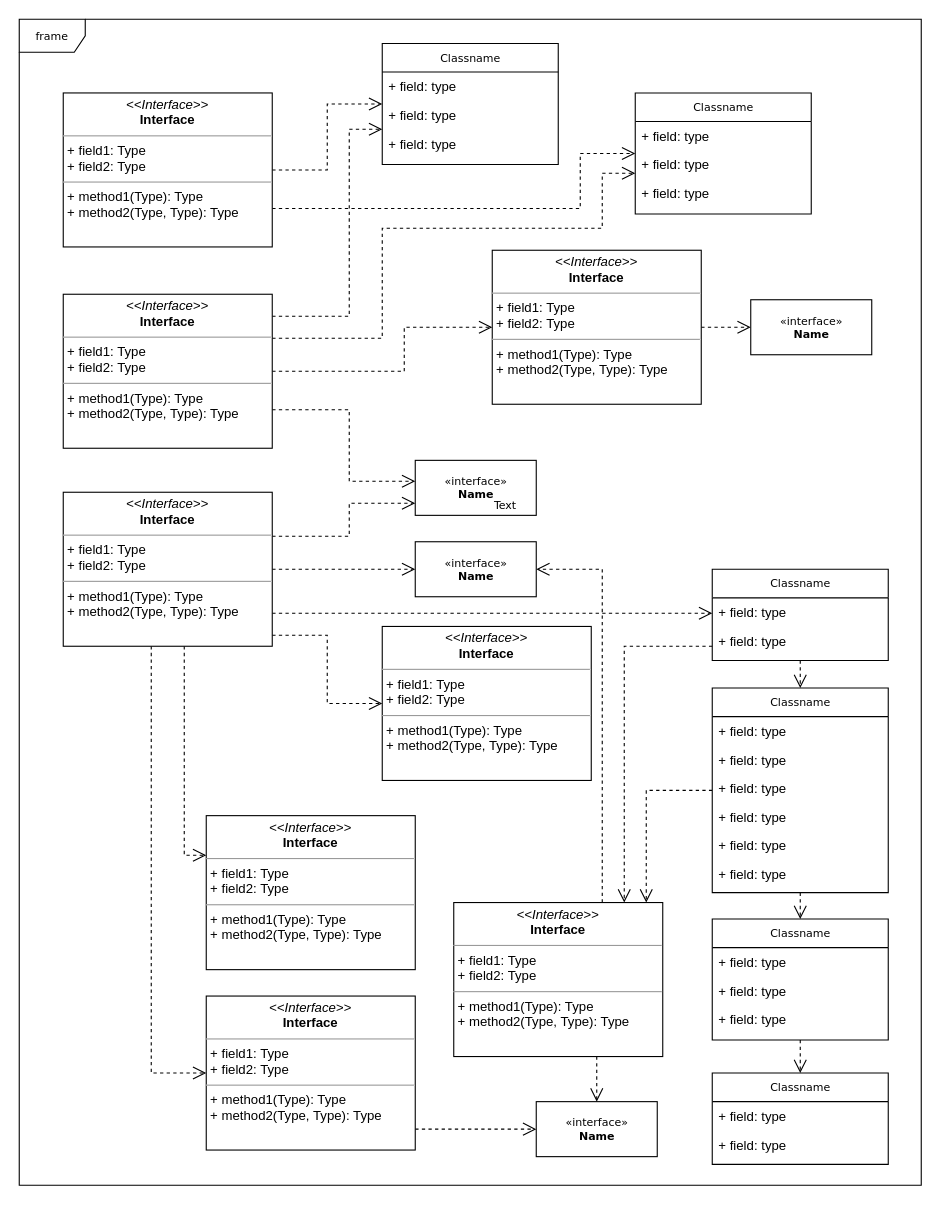
Earlier version of the draw.io diagram Class Diagram.drawio (zhoujing204/alien_invasion). Source tidied: cells renumbered, new cells numbered last; positions are measured from the earlier drawing's top-left corner, leaving out a move shared by most shapes. Both pictures are drawn from the tidied source at 110%, with x=0, y=0 at pixel (19, 19).
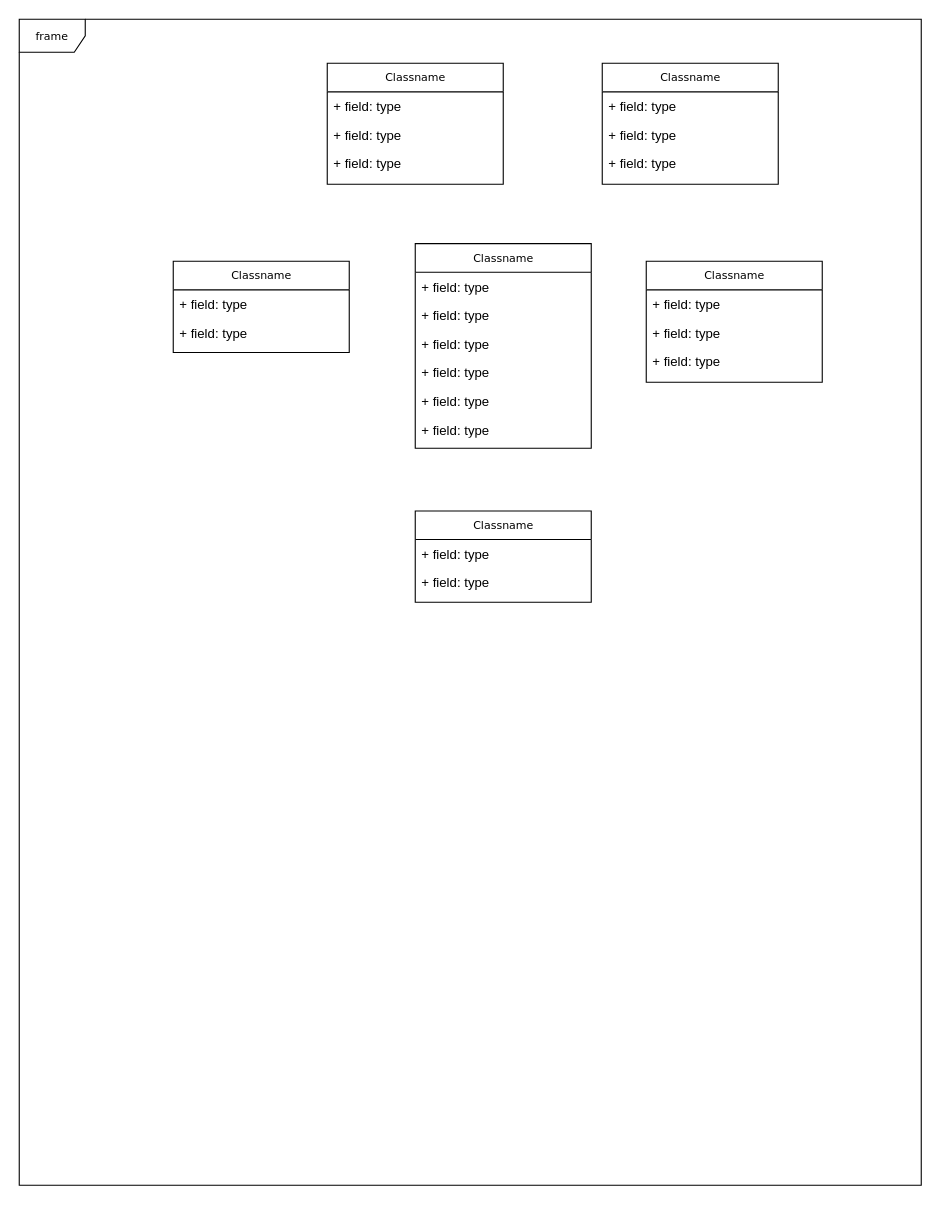
The same diagram, later.

The edit, as a diff of the source:
```diff
@@
-    <mxCell id="3" style="edgeStyle=orthogonalEdgeStyle;rounded=0;html=1;dashed=1;labelBackgroundColor=none;startFill=0;endArrow=open;endFill=0;endSize=10;fontFamily=Verdana;fontSize=10;" parent="1" edge="1" source="5" target="35">
-      <mxGeometry relative="1" as="geometry">
-        <Array as="points">
-          <mxPoint x="570" y="701" />
-        </Array>
-      </mxGeometry>
-    </mxCell>
-    <mxCell id="4" style="edgeStyle=orthogonalEdgeStyle;rounded=0;html=1;dashed=1;labelBackgroundColor=none;startFill=0;endArrow=open;endFill=0;endSize=10;fontFamily=Verdana;fontSize=10;" parent="1" edge="1" source="5" target="24">
-      <mxGeometry relative="1" as="geometry" />
-    </mxCell>
     <mxCell id="5" value="Classname" style="swimlane;html=1;fontStyle=0;horizontal=1;startSize=26;fillColor=none;swimlaneFillColor=#ffffff;rounded=0;shadow=0;comic=0;labelBackgroundColor=none;strokeWidth=1;fontFamily=Verdana;fontSize=10;align=center;" parent="1" vertex="1">
-      <mxGeometry x="630" y="608" width="160" height="186" as="geometry" />
+      <mxGeometry x="360" y="204" width="160" height="186" as="geometry" />
     </mxCell>
@@
     <mxCell id="12" value="Classname" style="swimlane;html=1;fontStyle=0;horizontal=1;startSize=26;fillColor=none;swimlaneFillColor=#ffffff;rounded=0;shadow=0;comic=0;labelBackgroundColor=none;strokeWidth=1;fontFamily=Verdana;fontSize=10;align=center;" parent="1" vertex="1">
-      <mxGeometry x="330" y="22" width="160" height="110" as="geometry" />
+      <mxGeometry x="280" y="40" width="160" height="110" as="geometry" />
     </mxCell>
@@
     <mxCell id="16" value="Classname" style="swimlane;html=1;fontStyle=0;horizontal=1;startSize=26;fillColor=none;swimlaneFillColor=#ffffff;rounded=0;shadow=0;comic=0;labelBackgroundColor=none;strokeWidth=1;fontFamily=Verdana;fontSize=10;align=center;" parent="1" vertex="1">
-      <mxGeometry x="560" y="67" width="160" height="110" as="geometry" />
+      <mxGeometry x="530" y="40" width="160" height="110" as="geometry" />
     </mxCell>
@@
     <mxCell id="20" value="Classname" style="swimlane;html=1;fontStyle=0;horizontal=1;startSize=26;fillColor=none;swimlaneFillColor=#ffffff;rounded=0;shadow=0;comic=0;labelBackgroundColor=none;strokeWidth=1;fontFamily=Verdana;fontSize=10;align=center;" parent="1" vertex="1">
-      <mxGeometry x="630" y="958" width="160" height="83" as="geometry" />
+      <mxGeometry x="360" y="447" width="160" height="83" as="geometry" />
     </mxCell>
@@
-    <mxCell id="23" style="edgeStyle=orthogonalEdgeStyle;rounded=0;html=1;dashed=1;labelBackgroundColor=none;startFill=0;endArrow=open;endFill=0;endSize=10;fontFamily=Verdana;fontSize=10;" parent="1" edge="1" source="24" target="20">
-      <mxGeometry relative="1" as="geometry" />
-    </mxCell>
     <mxCell id="24" value="Classname" style="swimlane;html=1;fontStyle=0;horizontal=1;startSize=26;fillColor=none;swimlaneFillColor=#ffffff;rounded=0;shadow=0;comic=0;labelBackgroundColor=none;strokeWidth=1;fontFamily=Verdana;fontSize=10;align=center;" parent="1" vertex="1">
-      <mxGeometry x="630" y="818" width="160" height="110" as="geometry" />
+      <mxGeometry x="570" y="220" width="160" height="110" as="geometry" />
     </mxCell>
@@
-    <mxCell id="28" style="edgeStyle=orthogonalEdgeStyle;rounded=0;html=1;dashed=1;labelBackgroundColor=none;startFill=0;endArrow=open;endFill=0;endSize=10;fontFamily=Verdana;fontSize=10;" parent="1" edge="1" source="29" target="5">
-      <mxGeometry relative="1" as="geometry" />
-    </mxCell>
     <mxCell id="29" value="Classname" style="swimlane;html=1;fontStyle=0;horizontal=1;startSize=26;fillColor=none;swimlaneFillColor=#ffffff;rounded=0;shadow=0;comic=0;labelBackgroundColor=none;strokeWidth=1;fontFamily=Verdana;fontSize=10;align=center;" parent="1" vertex="1">
-      <mxGeometry x="630" y="500" width="160" height="83" as="geometry" />
+      <mxGeometry x="140" y="220" width="160" height="83" as="geometry" />
     </mxCell>
@@
-    <mxCell id="32" value="&amp;laquo;interface&amp;raquo;&lt;br&gt;&lt;b&gt;Name&lt;/b&gt;" style="html=1;rounded=0;shadow=0;comic=0;labelBackgroundColor=none;strokeWidth=1;fontFamily=Verdana;fontSize=10;align=center;" parent="1" vertex="1">
-      <mxGeometry x="470" y="984" width="110" height="50" as="geometry" />
-    </mxCell>
-    <mxCell id="33" style="edgeStyle=orthogonalEdgeStyle;rounded=0;html=1;dashed=1;labelBackgroundColor=none;startFill=0;endArrow=open;endFill=0;endSize=10;fontFamily=Verdana;fontSize=10;" parent="1" edge="1" source="35" target="32">
-      <mxGeometry relative="1" as="geometry">
-        <Array as="points">
-          <mxPoint x="525" y="950" />
-          <mxPoint x="525" y="950" />
-        </Array>
-      </mxGeometry>
-    </mxCell>
-    <mxCell id="34" style="edgeStyle=orthogonalEdgeStyle;rounded=0;html=1;dashed=1;labelBackgroundColor=none;startFill=0;endArrow=open;endFill=0;endSize=10;fontFamily=Verdana;fontSize=10;" parent="1" edge="1" source="35" target="40">
-      <mxGeometry relative="1" as="geometry">
-        <Array as="points">
-          <mxPoint x="530" y="500" />
-        </Array>
-      </mxGeometry>
-    </mxCell>
-    <mxCell id="35" value="&lt;p style=&quot;margin:0px;margin-top:4px;text-align:center;&quot;&gt;&lt;i&gt;&amp;lt;&amp;lt;Interface&amp;gt;&amp;gt;&lt;/i&gt;&lt;br/&gt;&lt;b&gt;Interface&lt;/b&gt;&lt;/p&gt;&lt;hr size=&quot;1&quot;/&gt;&lt;p style=&quot;margin:0px;margin-left:4px;&quot;&gt;+ field1: Type&lt;br/&gt;+ field2: Type&lt;/p&gt;&lt;hr size=&quot;1&quot;/&gt;&lt;p style=&quot;margin:0px;margin-left:4px;&quot;&gt;+ method1(Type): Type&lt;br/&gt;+ method2(Type, Type): Type&lt;/p&gt;" style="verticalAlign=top;align=left;overflow=fill;fontSize=12;fontFamily=Helvetica;html=1;rounded=0;shadow=0;comic=0;labelBackgroundColor=none;strokeWidth=1;" parent="1" vertex="1">
-      <mxGeometry x="395" y="803" width="190" height="140" as="geometry" />
-    </mxCell>
-    <mxCell id="36" value="&lt;p style=&quot;margin:0px;margin-top:4px;text-align:center;&quot;&gt;&lt;i&gt;&amp;lt;&amp;lt;Interface&amp;gt;&amp;gt;&lt;/i&gt;&lt;br/&gt;&lt;b&gt;Interface&lt;/b&gt;&lt;/p&gt;&lt;hr size=&quot;1&quot;/&gt;&lt;p style=&quot;margin:0px;margin-left:4px;&quot;&gt;+ field1: Type&lt;br/&gt;+ field2: Type&lt;/p&gt;&lt;hr size=&quot;1&quot;/&gt;&lt;p style=&quot;margin:0px;margin-left:4px;&quot;&gt;+ method1(Type): Type&lt;br/&gt;+ method2(Type, Type): Type&lt;/p&gt;" style="verticalAlign=top;align=left;overflow=fill;fontSize=12;fontFamily=Helvetica;html=1;rounded=0;shadow=0;comic=0;labelBackgroundColor=none;strokeWidth=1;" parent="1" vertex="1">
-      <mxGeometry x="330" y="552" width="190" height="140" as="geometry" />
-    </mxCell>
-    <mxCell id="37" style="edgeStyle=orthogonalEdgeStyle;rounded=0;html=1;dashed=1;labelBackgroundColor=none;startFill=0;endArrow=open;endFill=0;endSize=10;fontFamily=Verdana;fontSize=10;" parent="1" edge="1" source="38" target="32">
-      <mxGeometry relative="1" as="geometry">
-        <Array as="points">
-          <mxPoint x="390" y="1009" />
-          <mxPoint x="390" y="1009" />
-        </Array>
-      </mxGeometry>
-    </mxCell>
-    <mxCell id="38" value="&lt;p style=&quot;margin:0px;margin-top:4px;text-align:center;&quot;&gt;&lt;i&gt;&amp;lt;&amp;lt;Interface&amp;gt;&amp;gt;&lt;/i&gt;&lt;br/&gt;&lt;b&gt;Interface&lt;/b&gt;&lt;/p&gt;&lt;hr size=&quot;1&quot;/&gt;&lt;p style=&quot;margin:0px;margin-left:4px;&quot;&gt;+ field1: Type&lt;br/&gt;+ field2: Type&lt;/p&gt;&lt;hr size=&quot;1&quot;/&gt;&lt;p style=&quot;margin:0px;margin-left:4px;&quot;&gt;+ method1(Type): Type&lt;br/&gt;+ method2(Type, Type): Type&lt;/p&gt;" style="verticalAlign=top;align=left;overflow=fill;fontSize=12;fontFamily=Helvetica;html=1;rounded=0;shadow=0;comic=0;labelBackgroundColor=none;strokeWidth=1;" parent="1" vertex="1">
-      <mxGeometry x="170" y="888" width="190" height="140" as="geometry" />
-    </mxCell>
-    <mxCell id="39" value="&lt;p style=&quot;margin:0px;margin-top:4px;text-align:center;&quot;&gt;&lt;i&gt;&amp;lt;&amp;lt;Interface&amp;gt;&amp;gt;&lt;/i&gt;&lt;br/&gt;&lt;b&gt;Interface&lt;/b&gt;&lt;/p&gt;&lt;hr size=&quot;1&quot;/&gt;&lt;p style=&quot;margin:0px;margin-left:4px;&quot;&gt;+ field1: Type&lt;br/&gt;+ field2: Type&lt;/p&gt;&lt;hr size=&quot;1&quot;/&gt;&lt;p style=&quot;margin:0px;margin-left:4px;&quot;&gt;+ method1(Type): Type&lt;br/&gt;+ method2(Type, Type): Type&lt;/p&gt;" style="verticalAlign=top;align=left;overflow=fill;fontSize=12;fontFamily=Helvetica;html=1;rounded=0;shadow=0;comic=0;labelBackgroundColor=none;strokeWidth=1;" parent="1" vertex="1">
-      <mxGeometry x="170" y="724" width="190" height="140" as="geometry" />
-    </mxCell>
-    <mxCell id="40" value="&amp;laquo;interface&amp;raquo;&lt;br&gt;&lt;b&gt;Name&lt;/b&gt;" style="html=1;rounded=0;shadow=0;comic=0;labelBackgroundColor=none;strokeWidth=1;fontFamily=Verdana;fontSize=10;align=center;" parent="1" vertex="1">
-      <mxGeometry x="360" y="475" width="110" height="50" as="geometry" />
-    </mxCell>
-    <mxCell id="41" value="&amp;laquo;interface&amp;raquo;&lt;br&gt;&lt;b&gt;Name&lt;/b&gt;" style="html=1;rounded=0;shadow=0;comic=0;labelBackgroundColor=none;strokeWidth=1;fontFamily=Verdana;fontSize=10;align=center;" parent="1" vertex="1">
-      <mxGeometry x="360" y="401" width="110" height="50" as="geometry" />
-    </mxCell>
-    <mxCell id="42" style="edgeStyle=orthogonalEdgeStyle;rounded=0;html=1;dashed=1;labelBackgroundColor=none;startFill=0;endArrow=open;endFill=0;endSize=10;fontFamily=Verdana;fontSize=10;" parent="1" edge="1" source="43" target="45">
-      <mxGeometry relative="1" as="geometry" />
-    </mxCell>
-    <mxCell id="43" value="&lt;p style=&quot;margin:0px;margin-top:4px;text-align:center;&quot;&gt;&lt;i&gt;&amp;lt;&amp;lt;Interface&amp;gt;&amp;gt;&lt;/i&gt;&lt;br/&gt;&lt;b&gt;Interface&lt;/b&gt;&lt;/p&gt;&lt;hr size=&quot;1&quot;/&gt;&lt;p style=&quot;margin:0px;margin-left:4px;&quot;&gt;+ field1: Type&lt;br/&gt;+ field2: Type&lt;/p&gt;&lt;hr size=&quot;1&quot;/&gt;&lt;p style=&quot;margin:0px;margin-left:4px;&quot;&gt;+ method1(Type): Type&lt;br/&gt;+ method2(Type, Type): Type&lt;/p&gt;" style="verticalAlign=top;align=left;overflow=fill;fontSize=12;fontFamily=Helvetica;html=1;rounded=0;shadow=0;comic=0;labelBackgroundColor=none;strokeWidth=1;" parent="1" vertex="1">
-      <mxGeometry x="430" y="210" width="190" height="140" as="geometry" />
-    </mxCell>
-    <mxCell id="44" value="Text" style="text;html=1;align=left;verticalAlign=top;spacingTop=-4;fontSize=10;fontFamily=Verdana;fontColor=#000000;" parent="1" vertex="1">
-      <mxGeometry x="430" y="434" width="40" height="10" as="geometry" />
-    </mxCell>
-    <mxCell id="45" value="&amp;laquo;interface&amp;raquo;&lt;br&gt;&lt;b&gt;Name&lt;/b&gt;" style="html=1;rounded=0;shadow=0;comic=0;labelBackgroundColor=none;strokeWidth=1;fontFamily=Verdana;fontSize=10;align=center;" parent="1" vertex="1">
-      <mxGeometry x="665" y="255" width="110" height="50" as="geometry" />
-    </mxCell>
-    <mxCell id="46" style="edgeStyle=orthogonalEdgeStyle;rounded=0;html=1;labelBackgroundColor=none;startFill=0;endArrow=open;endFill=0;endSize=10;fontFamily=Verdana;fontSize=10;dashed=1;" parent="1" edge="1" source="48" target="12">
-      <mxGeometry relative="1" as="geometry" />
-    </mxCell>
-    <mxCell id="47" style="edgeStyle=orthogonalEdgeStyle;rounded=0;html=1;exitX=1;exitY=0.75;dashed=1;labelBackgroundColor=none;startFill=0;endArrow=open;endFill=0;endSize=10;fontFamily=Verdana;fontSize=10;" parent="1" edge="1" source="48" target="16">
-      <mxGeometry relative="1" as="geometry">
-        <Array as="points">
-          <mxPoint x="510" y="172" />
-          <mxPoint x="510" y="122" />
-        </Array>
-      </mxGeometry>
-    </mxCell>
-    <mxCell id="48" value="&lt;p style=&quot;margin:0px;margin-top:4px;text-align:center;&quot;&gt;&lt;i&gt;&amp;lt;&amp;lt;Interface&amp;gt;&amp;gt;&lt;/i&gt;&lt;br/&gt;&lt;b&gt;Interface&lt;/b&gt;&lt;/p&gt;&lt;hr size=&quot;1&quot;/&gt;&lt;p style=&quot;margin:0px;margin-left:4px;&quot;&gt;+ field1: Type&lt;br/&gt;+ field2: Type&lt;/p&gt;&lt;hr size=&quot;1&quot;/&gt;&lt;p style=&quot;margin:0px;margin-left:4px;&quot;&gt;+ method1(Type): Type&lt;br/&gt;+ method2(Type, Type): Type&lt;/p&gt;" style="verticalAlign=top;align=left;overflow=fill;fontSize=12;fontFamily=Helvetica;html=1;rounded=0;shadow=0;comic=0;labelBackgroundColor=none;strokeWidth=1;" parent="1" vertex="1">
-      <mxGeometry x="40" y="67" width="190" height="140" as="geometry" />
-    </mxCell>
-    <mxCell id="49" style="edgeStyle=orthogonalEdgeStyle;rounded=0;html=1;dashed=1;labelBackgroundColor=none;startFill=0;endArrow=open;endFill=0;endSize=10;fontFamily=Verdana;fontSize=10;" parent="1" edge="1" source="53" target="12">
-      <mxGeometry relative="1" as="geometry">
-        <Array as="points">
-          <mxPoint x="300" y="270" />
-          <mxPoint x="300" y="100" />
-        </Array>
-      </mxGeometry>
-    </mxCell>
-    <mxCell id="50" style="edgeStyle=orthogonalEdgeStyle;rounded=0;html=1;dashed=1;labelBackgroundColor=none;startFill=0;endArrow=open;endFill=0;endSize=10;fontFamily=Verdana;fontSize=10;" parent="1" edge="1" source="53" target="16">
-      <mxGeometry relative="1" as="geometry">
-        <Array as="points">
-          <mxPoint x="330" y="290" />
-          <mxPoint x="330" y="190" />
-          <mxPoint x="530" y="190" />
-          <mxPoint x="530" y="140" />
-        </Array>
-      </mxGeometry>
-    </mxCell>
-    <mxCell id="51" style="edgeStyle=orthogonalEdgeStyle;rounded=0;html=1;dashed=1;labelBackgroundColor=none;startFill=0;endArrow=open;endFill=0;endSize=10;fontFamily=Verdana;fontSize=10;" parent="1" edge="1" source="53" target="43">
-      <mxGeometry relative="1" as="geometry">
-        <Array as="points">
-          <mxPoint x="350" y="320" />
-          <mxPoint x="350" y="280" />
-        </Array>
-      </mxGeometry>
-    </mxCell>
-    <mxCell id="52" style="edgeStyle=orthogonalEdgeStyle;rounded=0;html=1;exitX=1;exitY=0.75;dashed=1;labelBackgroundColor=none;startFill=0;endArrow=open;endFill=0;endSize=10;fontFamily=Verdana;fontSize=10;" parent="1" edge="1" source="53" target="41">
-      <mxGeometry relative="1" as="geometry">
-        <Array as="points">
-          <mxPoint x="300" y="355" />
-          <mxPoint x="300" y="420" />
-        </Array>
-      </mxGeometry>
-    </mxCell>
-    <mxCell id="53" value="&lt;p style=&quot;margin:0px;margin-top:4px;text-align:center;&quot;&gt;&lt;i&gt;&amp;lt;&amp;lt;Interface&amp;gt;&amp;gt;&lt;/i&gt;&lt;br/&gt;&lt;b&gt;Interface&lt;/b&gt;&lt;/p&gt;&lt;hr size=&quot;1&quot;/&gt;&lt;p style=&quot;margin:0px;margin-left:4px;&quot;&gt;+ field1: Type&lt;br/&gt;+ field2: Type&lt;/p&gt;&lt;hr size=&quot;1&quot;/&gt;&lt;p style=&quot;margin:0px;margin-left:4px;&quot;&gt;+ method1(Type): Type&lt;br/&gt;+ method2(Type, Type): Type&lt;/p&gt;" style="verticalAlign=top;align=left;overflow=fill;fontSize=12;fontFamily=Helvetica;html=1;rounded=0;shadow=0;comic=0;labelBackgroundColor=none;strokeWidth=1;" parent="1" vertex="1">
-      <mxGeometry x="40" y="250" width="190" height="140" as="geometry" />
-    </mxCell>
-    <mxCell id="54" style="edgeStyle=orthogonalEdgeStyle;rounded=0;html=1;dashed=1;labelBackgroundColor=none;startFill=0;endArrow=open;endFill=0;endSize=10;fontFamily=Verdana;fontSize=10;" parent="1" edge="1" source="60" target="41">
-      <mxGeometry relative="1" as="geometry">
-        <Array as="points">
-          <mxPoint x="300" y="470" />
-          <mxPoint x="300" y="440" />
-        </Array>
-      </mxGeometry>
-    </mxCell>
-    <mxCell id="55" style="edgeStyle=orthogonalEdgeStyle;rounded=0;html=1;dashed=1;labelBackgroundColor=none;startFill=0;endArrow=open;endFill=0;endSize=10;fontFamily=Verdana;fontSize=10;" parent="1" edge="1" source="60" target="40">
-      <mxGeometry relative="1" as="geometry" />
-    </mxCell>
-    <mxCell id="56" style="edgeStyle=orthogonalEdgeStyle;rounded=0;html=1;dashed=1;labelBackgroundColor=none;startFill=0;endArrow=open;endFill=0;endSize=10;fontFamily=Verdana;fontSize=10;" parent="1" edge="1" source="60" target="36">
-      <mxGeometry relative="1" as="geometry">
-        <Array as="points">
-          <mxPoint x="280" y="560" />
-          <mxPoint x="280" y="622" />
-        </Array>
-      </mxGeometry>
-    </mxCell>
-    <mxCell id="57" style="edgeStyle=orthogonalEdgeStyle;rounded=0;html=1;dashed=1;labelBackgroundColor=none;startFill=0;endArrow=open;endFill=0;endSize=10;fontFamily=Verdana;fontSize=10;" parent="1" edge="1" source="60" target="29">
-      <mxGeometry relative="1" as="geometry">
-        <Array as="points">
-          <mxPoint x="330" y="540" />
-          <mxPoint x="330" y="540" />
-        </Array>
-      </mxGeometry>
-    </mxCell>
-    <mxCell id="58" style="edgeStyle=orthogonalEdgeStyle;rounded=0;html=1;dashed=1;labelBackgroundColor=none;startFill=0;endArrow=open;endFill=0;endSize=10;fontFamily=Verdana;fontSize=10;" parent="1" edge="1" source="60" target="39">
-      <mxGeometry relative="1" as="geometry">
-        <Array as="points">
-          <mxPoint x="150" y="760" />
-        </Array>
-      </mxGeometry>
-    </mxCell>
-    <mxCell id="59" style="edgeStyle=orthogonalEdgeStyle;rounded=0;html=1;dashed=1;labelBackgroundColor=none;startFill=0;endArrow=open;endFill=0;endSize=10;fontFamily=Verdana;fontSize=10;" parent="1" edge="1" source="60" target="38">
-      <mxGeometry relative="1" as="geometry">
-        <Array as="points">
-          <mxPoint x="120" y="958" />
-        </Array>
-      </mxGeometry>
-    </mxCell>
-    <mxCell id="60" value="&lt;p style=&quot;margin:0px;margin-top:4px;text-align:center;&quot;&gt;&lt;i&gt;&amp;lt;&amp;lt;Interface&amp;gt;&amp;gt;&lt;/i&gt;&lt;br/&gt;&lt;b&gt;Interface&lt;/b&gt;&lt;/p&gt;&lt;hr size=&quot;1&quot;/&gt;&lt;p style=&quot;margin:0px;margin-left:4px;&quot;&gt;+ field1: Type&lt;br/&gt;+ field2: Type&lt;/p&gt;&lt;hr size=&quot;1&quot;/&gt;&lt;p style=&quot;margin:0px;margin-left:4px;&quot;&gt;+ method1(Type): Type&lt;br/&gt;+ method2(Type, Type): Type&lt;/p&gt;" style="verticalAlign=top;align=left;overflow=fill;fontSize=12;fontFamily=Helvetica;html=1;rounded=0;shadow=0;comic=0;labelBackgroundColor=none;strokeWidth=1;" parent="1" vertex="1">
-      <mxGeometry x="40" y="430" width="190" height="140" as="geometry" />
-    </mxCell>
-    <mxCell id="61" style="edgeStyle=orthogonalEdgeStyle;rounded=0;html=1;dashed=1;labelBackgroundColor=none;startFill=0;endArrow=open;endFill=0;endSize=10;fontFamily=Verdana;fontSize=10;" parent="1" edge="1" source="29" target="35">
-      <mxGeometry relative="1" as="geometry">
-        <Array as="points">
-          <mxPoint x="550" y="570" />
-        </Array>
-      </mxGeometry>
-    </mxCell>
```
